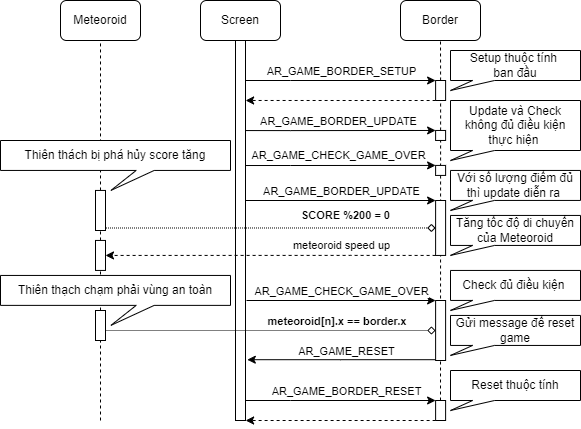
Above: images/border_sequence.png in QuocBuu/tai_lieu_archery_game (draw.io), before the change. Source tidied: cells renumbered, new cells last; positions are measured from the earlier drawing's top-left corner, leaving out a move shared by most shapes.
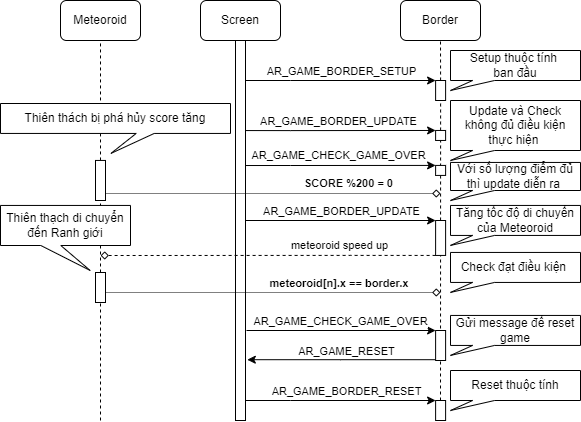
Above is the later version.

Change to the diagram source:
```diff
@@ -44,23 +44,14 @@
         <mxPoint x="440" y="400" as="sourcePoint" />
       </mxGeometry>
     </mxCell>
-    <mxCell id="12" style="edgeStyle=orthogonalEdgeStyle;rounded=0;jettySize=auto;html=1;exitX=0;exitY=1;exitDx=0;exitDy=0;entryX=1;entryY=0.147;entryDx=0;entryDy=0;entryPerimeter=0;dashed=1;" parent="1" edge="1" source="13">
-      <mxGeometry relative="1" as="geometry">
-        <mxPoint x="245.1" y="100" as="targetPoint" />
-        <Array as="points">
-          <mxPoint x="360.1" y="100" />
-          <mxPoint x="360.1" y="100" />
-        </Array>
-      </mxGeometry>
-    </mxCell>
     <mxCell id="13" style="rounded=0;whiteSpace=wrap;html=1;" parent="1" vertex="1">
       <mxGeometry x="435.1" y="80" width="10" height="20" as="geometry" />
     </mxCell>
-    <mxCell id="14" style="endArrow=none;dashed=1;html=1;rounded=0;entryX=0.5;entryY=1;entryDx=0;entryDy=0;" parent="1" edge="1" source="37" target="15">
+    <mxCell id="14" style="endArrow=none;dashed=1;html=1;rounded=0;entryX=0.5;entryY=1;entryDx=0;entryDy=0;exitX=0.5;exitY=0;exitDx=0;exitDy=0;" parent="1" edge="1" source="42" target="15">
       <mxGeometry relative="1" as="geometry" />
     </mxCell>
     <mxCell id="15" style="rounded=0;whiteSpace=wrap;html=1;" parent="1" vertex="1">
-      <mxGeometry x="95" y="189.9" width="10" height="40.1" as="geometry" />
+      <mxGeometry x="95" y="159.9" width="10" height="40.1" as="geometry" />
     </mxCell>
     <mxCell id="16" style="edgeStyle=orthogonalEdgeStyle;rounded=0;jettySize=auto;html=1;entryX=0;entryY=0;entryDx=0;entryDy=0;exitX=0.989;exitY=0.265;exitDx=0;exitDy=0;exitPerimeter=0;" parent="1" edge="1" target="18">
       <mxGeometry relative="1" as="geometry">
@@ -78,28 +69,30 @@
     <mxCell id="18" style="rounded=0;whiteSpace=wrap;html=1;" parent="1" vertex="1">
       <mxGeometry x="435.1" y="130" width="10" height="10" as="geometry" />
     </mxCell>
-    <mxCell id="19" style="edgeStyle=orthogonalEdgeStyle;rounded=0;jettySize=auto;html=1;entryX=0;entryY=0.5;entryDx=0;entryDy=0;endArrow=diamond;endFill=0;dashed=1;dashPattern=1 1;exitX=0.991;exitY=0.887;exitDx=0;exitDy=0;exitPerimeter=0;" parent="1" edge="1" target="21">
+    <mxCell id="19" style="edgeStyle=orthogonalEdgeStyle;rounded=0;orthogonalLoop=1;jettySize=auto;html=1;endArrow=diamond;endFill=0;dashed=1;dashPattern=1 1;exitX=0.991;exitY=0.887;exitDx=0;exitDy=0;exitPerimeter=0;" parent="1" edge="1">
       <mxGeometry relative="1" as="geometry">
-        <mxPoint x="105" y="220" as="sourcePoint" />
+        <mxPoint x="105" y="185" as="sourcePoint" />
+        <mxPoint x="440" y="193" as="targetPoint" />
         <Array as="points">
-          <mxPoint x="105" y="228" />
+          <mxPoint x="105" y="193" />
         </Array>
       </mxGeometry>
     </mxCell>
     <mxCell id="20" value="&lt;b&gt;SCORE %200 = 0&lt;/b&gt;" style="edgeLabel;html=1;align=center;verticalAlign=middle;" parent="19" vertex="1">
       <mxGeometry x="-0.03" y="-2" relative="1" as="geometry">
-        <mxPoint x="84" y="-15" as="offset" />
+        <mxPoint x="84" y="-13" as="offset" />
       </mxGeometry>
     </mxCell>
     <mxCell id="21" style="rounded=0;whiteSpace=wrap;html=1;" parent="1" vertex="1">
-      <mxGeometry x="435.1" y="200" width="10" height="54.9" as="geometry" />
+      <mxGeometry x="435.1" y="220" width="10" height="34.9" as="geometry" />
     </mxCell>
-    <mxCell id="22" style="edgeStyle=orthogonalEdgeStyle;rounded=0;jettySize=auto;html=1;entryX=0;entryY=0;entryDx=0;entryDy=0;exitX=0.989;exitY=0.265;exitDx=0;exitDy=0;exitPerimeter=0;" parent="1" edge="1" target="21">
+    <mxCell id="22" style="edgeStyle=orthogonalEdgeStyle;rounded=0;orthogonalLoop=1;jettySize=auto;html=1;entryX=0;entryY=0;entryDx=0;entryDy=0;exitX=0.989;exitY=0.265;exitDx=0;exitDy=0;exitPerimeter=0;" parent="1" edge="1">
       <mxGeometry relative="1" as="geometry">
-        <mxPoint x="245" y="190" as="sourcePoint" />
+        <mxPoint x="245" y="210" as="sourcePoint" />
+        <mxPoint x="435.1" y="220" as="targetPoint" />
         <Array as="points">
-          <mxPoint x="245" y="200" />
-          <mxPoint x="435" y="200" />
+          <mxPoint x="245" y="220" />
+          <mxPoint x="435" y="220" />
         </Array>
       </mxGeometry>
     </mxCell>
@@ -108,8 +101,9 @@
         <mxPoint x="8" y="-12" as="offset" />
       </mxGeometry>
     </mxCell>
-    <mxCell id="24" style="edgeStyle=orthogonalEdgeStyle;rounded=0;jettySize=auto;html=1;dashed=1;exitX=0;exitY=1;exitDx=0;exitDy=0;entryX=1;entryY=0.5;entryDx=0;entryDy=0;" parent="1" edge="1" source="21" target="37">
+    <mxCell id="24" style="edgeStyle=orthogonalEdgeStyle;rounded=0;jettySize=auto;html=1;dashed=1;exitX=0;exitY=1;exitDx=0;exitDy=0;endArrow=diamond;endFill=0;" parent="1" edge="1" source="21">
       <mxGeometry relative="1" as="geometry">
+        <mxPoint x="100" y="255" as="targetPoint" />
         <Array as="points">
           <mxPoint x="350" y="254.9" />
           <mxPoint x="350" y="254.9" />
@@ -134,14 +128,6 @@
         <mxPoint x="8" y="-12" as="offset" />
       </mxGeometry>
     </mxCell>
-    <mxCell id="28" style="edgeStyle=orthogonalEdgeStyle;rounded=0;jettySize=auto;html=1;exitX=0;exitY=1;exitDx=0;exitDy=0;dashed=1;entryX=1.019;entryY=0.324;entryDx=0;entryDy=0;entryPerimeter=0;" parent="1" edge="1" source="29">
-      <mxGeometry relative="1" as="geometry">
-        <mxPoint x="245.1" y="420" as="targetPoint" />
-        <Array as="points">
-          <mxPoint x="360.1" y="420" />
-        </Array>
-      </mxGeometry>
-    </mxCell>
     <mxCell id="29" style="rounded=0;whiteSpace=wrap;html=1;" parent="1" vertex="1">
       <mxGeometry x="435.1" y="400" width="10" height="20" as="geometry" />
     </mxCell>
@@ -152,35 +138,32 @@
       <mxGeometry x="450" y="100" width="130" height="60" as="geometry" />
     </mxCell>
     <mxCell id="32" value="Với số lượng điểm đủ thì update diễn ra&amp;nbsp;" style="shape=callout;whiteSpace=wrap;html=1;perimeter=calloutPerimeter;position2=0;base=22;size=10;position=0.17;" parent="1" vertex="1">
-      <mxGeometry x="450" y="169.9" width="130" height="40" as="geometry" />
+      <mxGeometry x="450" y="161.9" width="130" height="38.1" as="geometry" />
     </mxCell>
     <mxCell id="33" value="Tăng tốc độ di chuyển của Meteoroid" style="shape=callout;whiteSpace=wrap;html=1;perimeter=calloutPerimeter;position2=0;base=22;size=10;position=0.17;" parent="1" vertex="1">
-      <mxGeometry x="450" y="214.9" width="130" height="40" as="geometry" />
+      <mxGeometry x="450" y="204.9" width="130" height="40" as="geometry" />
     </mxCell>
     <mxCell id="34" value="Reset thuộc tính" style="shape=callout;whiteSpace=wrap;html=1;perimeter=calloutPerimeter;position2=0;base=22;size=10;position=0.17;" parent="1" vertex="1">
       <mxGeometry x="450" y="370" width="130" height="40" as="geometry" />
     </mxCell>
     <mxCell id="35" value="Thiên thách bị phá hủy score tăng" style="shape=callout;whiteSpace=wrap;html=1;perimeter=calloutPerimeter;position2=0.48;base=18;size=20;position=0.59;" parent="1" vertex="1">
-      <mxGeometry y="140" width="230" height="49.9" as="geometry" />
+      <mxGeometry y="103" width="230" height="49.9" as="geometry" />
     </mxCell>
-    <mxCell id="36" style="endArrow=none;dashed=1;html=1;rounded=0;entryX=0.5;entryY=1;entryDx=0;entryDy=0;" parent="1" edge="1" source="42" target="37">
-      <mxGeometry relative="1" as="geometry" />
+    <mxCell id="36" style="endArrow=none;dashed=1;html=1;rounded=0;entryX=0.5;entryY=1;entryDx=0;entryDy=0;" parent="1" edge="1" source="42">
+      <mxGeometry relative="1" as="geometry">
+        <mxPoint x="100" y="269.9" as="targetPoint" />
+      </mxGeometry>
     </mxCell>
-    <mxCell id="37" style="rounded=0;whiteSpace=wrap;html=1;" parent="1" vertex="1">
-      <mxGeometry x="95" y="239.9" width="10" height="30" as="geometry" />
-    </mxCell>
-    <mxCell id="38" value="Thiên thạch chạm phải vùng an toàn" style="shape=callout;whiteSpace=wrap;html=1;perimeter=calloutPerimeter;position2=0.48;base=18;size=20;position=0.59;" parent="1" vertex="1">
-      <mxGeometry y="274.9" width="230" height="49.9" as="geometry" />
-    </mxCell>
     <mxCell id="39" style="endArrow=none;dashed=1;html=1;rounded=0;entryX=0.5;entryY=1;entryDx=0;entryDy=0;" parent="1" edge="1" target="42">
       <mxGeometry relative="1" as="geometry">
         <mxPoint x="100" y="420" as="sourcePoint" />
       </mxGeometry>
     </mxCell>
-    <mxCell id="40" style="edgeStyle=orthogonalEdgeStyle;rounded=0;jettySize=auto;html=1;exitX=1;exitY=1;exitDx=0;exitDy=0;entryX=0;entryY=0.5;entryDx=0;entryDy=0;dashed=1;dashPattern=1 1;endArrow=diamond;endFill=0;" parent="1" edge="1" source="42" target="50">
+    <mxCell id="40" style="edgeStyle=orthogonalEdgeStyle;rounded=0;jettySize=auto;html=1;exitX=1;exitY=1;exitDx=0;exitDy=0;dashed=1;dashPattern=1 1;endArrow=diamond;endFill=0;" parent="1" edge="1" source="42">
       <mxGeometry relative="1" as="geometry">
+        <mxPoint x="440" y="292" as="targetPoint" />
         <Array as="points">
-          <mxPoint x="105" y="330" />
+          <mxPoint x="105" y="292" />
         </Array>
       </mxGeometry>
     </mxCell>
@@ -190,7 +173,7 @@
       </mxGeometry>
     </mxCell>
     <mxCell id="42" style="rounded=0;whiteSpace=wrap;html=1;" parent="1" vertex="1">
-      <mxGeometry x="95" y="310" width="10" height="30" as="geometry" />
+      <mxGeometry x="95" y="272" width="10" height="30" as="geometry" />
     </mxCell>
     <mxCell id="43" style="edgeStyle=orthogonalEdgeStyle;rounded=0;jettySize=auto;html=1;entryX=0;entryY=0;entryDx=0;entryDy=0;exitX=0.989;exitY=0.265;exitDx=0;exitDy=0;exitPerimeter=0;" parent="1" edge="1" target="45">
       <mxGeometry relative="1" as="geometry">
@@ -210,15 +193,15 @@
     </mxCell>
     <mxCell id="46" style="edgeStyle=orthogonalEdgeStyle;rounded=0;jettySize=auto;html=1;entryX=0;entryY=0;entryDx=0;entryDy=0;" parent="1" edge="1" target="50">
       <mxGeometry relative="1" as="geometry">
-        <mxPoint x="246" y="300" as="sourcePoint" />
+        <mxPoint x="246" y="330" as="sourcePoint" />
         <Array as="points">
-          <mxPoint x="246" y="300" />
+          <mxPoint x="246" y="330" />
         </Array>
       </mxGeometry>
     </mxCell>
     <mxCell id="47" value="AR_GAME_CHECK_GAME_OVER" style="edgeLabel;html=1;align=center;verticalAlign=middle;" parent="46" vertex="1">
       <mxGeometry x="-0.03" y="-2" relative="1" as="geometry">
-        <mxPoint x="3" y="-12" as="offset" />
+        <mxPoint x="2" y="-12" as="offset" />
       </mxGeometry>
     </mxCell>
     <mxCell id="48" style="edgeStyle=orthogonalEdgeStyle;rounded=0;jettySize=auto;html=1;entryX=1.18;entryY=0.84;entryDx=0;entryDy=0;entryPerimeter=0;" parent="1" edge="1" source="50" target="10">
@@ -234,13 +217,16 @@
       </mxGeometry>
     </mxCell>
     <mxCell id="50" style="rounded=0;whiteSpace=wrap;html=1;" parent="1" vertex="1">
-      <mxGeometry x="435.1" y="300" width="10" height="60" as="geometry" />
+      <mxGeometry x="435.1" y="330" width="10" height="30" as="geometry" />
     </mxCell>
-    <mxCell id="51" value="Check đủ điều kiện&amp;nbsp;" style="shape=callout;whiteSpace=wrap;html=1;perimeter=calloutPerimeter;position2=0;base=22;size=10;position=0.17;" parent="1" vertex="1">
-      <mxGeometry x="450" y="269.9" width="130" height="40" as="geometry" />
+    <mxCell id="51" value="Check đạt điều kiện&amp;nbsp;" style="shape=callout;whiteSpace=wrap;html=1;perimeter=calloutPerimeter;position2=0;base=22;size=10;position=0.17;" parent="1" vertex="1">
+      <mxGeometry x="450" y="251.9" width="130" height="40" as="geometry" />
     </mxCell>
     <mxCell id="52" value="Gửi message để reset game" style="shape=callout;whiteSpace=wrap;html=1;perimeter=calloutPerimeter;position2=0;base=22;size=10;position=0.17;" parent="1" vertex="1">
       <mxGeometry x="450" y="314.9" width="130" height="40" as="geometry" />
     </mxCell>
+    <mxCell id="53" value="Thiên thạch di chuyển đến Ranh giới" style="shape=callout;whiteSpace=wrap;html=1;perimeter=calloutPerimeter;position2=0.69;base=20;size=25;position=0.31;" parent="1" vertex="1">
+      <mxGeometry y="204.9" width="130" height="65.1" as="geometry" />
+    </mxCell>
   </root>
 </mxGraphModel>
```
